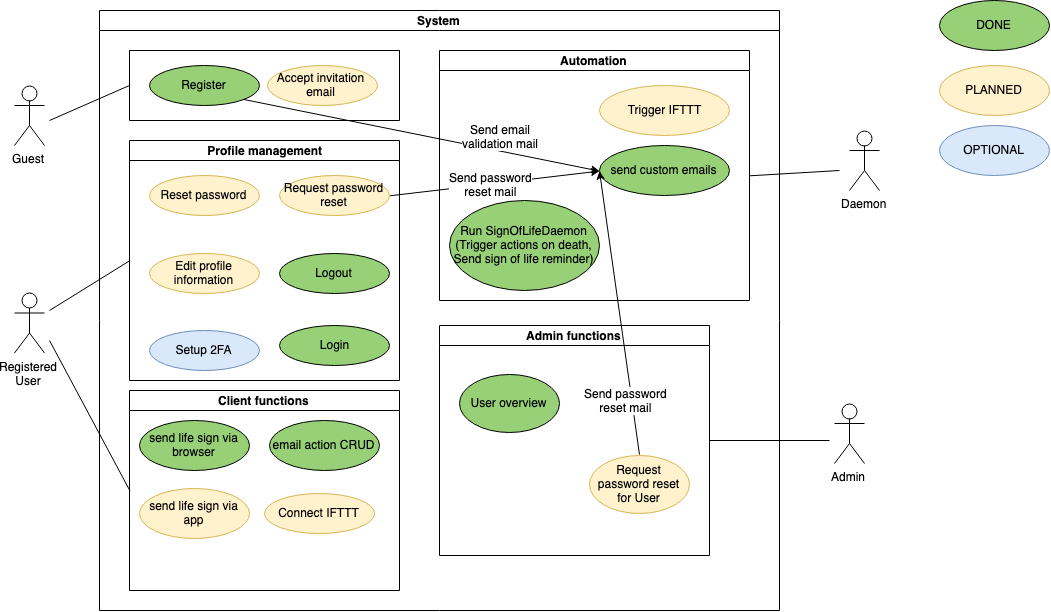
Earlier version of the draw.io export SRS/UC_Diagram.png (DigiWill-dhbw/Documentation). Source tidied: cells renumbered, new cells last; positions are measured from the earlier drawing's top-left corner, leaving out a move shared by most shapes. Source of this version:
```xml
<mxGraphModel>
  <root>
    <mxCell id="0" />
    <mxCell id="1" parent="0" />
    <mxCell id="2" value="Registered&lt;br&gt;User&lt;br&gt;" style="shape=umlActor;verticalLabelPosition=bottom;labelBackgroundColor=#ffffff;verticalAlign=top;html=1;" parent="1" vertex="1">
      <mxGeometry y="292.5" width="30" height="60" as="geometry" />
    </mxCell>
    <mxCell id="3" value="System" style="swimlane;html=1;startSize=20;horizontal=1;containerType=tree;" parent="1" vertex="1">
      <mxGeometry x="85" y="10" width="680" height="600" as="geometry" />
    </mxCell>
    <mxCell id="4" value="email action CRUD" style="ellipse;whiteSpace=wrap;html=1;fillColor=#97D077;" parent="3" vertex="1">
      <mxGeometry x="170" y="410" width="110" height="50" as="geometry" />
    </mxCell>
    <mxCell id="5" value="Logout&lt;br&gt;" style="ellipse;whiteSpace=wrap;html=1;fillColor=#97D077;" parent="3" vertex="1">
      <mxGeometry x="180" y="242.5" width="110" height="40" as="geometry" />
    </mxCell>
    <mxCell id="6" style="swimlane;html=1;startSize=0;horizontal=1;containerType=tree;" parent="3" vertex="1">
      <mxGeometry x="30" y="40" width="270" height="70" as="geometry" />
    </mxCell>
    <mxCell id="7" value="Accept invitation email&lt;br&gt;" style="ellipse;whiteSpace=wrap;html=1;fillColor=#fff2cc;strokeColor=#d6b656;" parent="6" vertex="1">
      <mxGeometry x="137.5" y="15" width="110" height="40" as="geometry" />
    </mxCell>
    <mxCell id="8" value="Register&lt;br&gt;" style="ellipse;whiteSpace=wrap;html=1;fillColor=#97D077;" parent="6" vertex="1">
      <mxGeometry x="20" y="15" width="110" height="40" as="geometry" />
    </mxCell>
    <mxCell id="9" value="Automation" style="swimlane;html=1;startSize=20;horizontal=1;containerType=tree;" parent="3" vertex="1">
      <mxGeometry x="340" y="40" width="310" height="250" as="geometry" />
    </mxCell>
    <mxCell id="10" value="Trigger IFTTT" style="ellipse;whiteSpace=wrap;html=1;fillColor=#fff2cc;strokeColor=#d6b656;" parent="9" vertex="1">
      <mxGeometry x="160" y="35" width="130" height="50" as="geometry" />
    </mxCell>
    <mxCell id="11" value="Run SignOfLifeDaemon&lt;br&gt;(Trigger actions on death, Send sign of life reminder)" style="ellipse;whiteSpace=wrap;html=1;fillColor=#97D077;" parent="9" vertex="1">
      <mxGeometry x="10" y="150" width="150" height="90" as="geometry" />
    </mxCell>
    <mxCell id="12" value="Client functions" style="swimlane;html=1;startSize=20;horizontal=1;containerType=tree;" parent="3" vertex="1">
      <mxGeometry x="30" y="380" width="270" height="200" as="geometry" />
    </mxCell>
    <mxCell id="13" value="send life sign via app" style="ellipse;whiteSpace=wrap;html=1;fillColor=#fff2cc;strokeColor=#d6b656;" parent="12" vertex="1">
      <mxGeometry x="10" y="97.5" width="110" height="50" as="geometry" />
    </mxCell>
    <mxCell id="14" value="send life sign via browser" style="ellipse;whiteSpace=wrap;html=1;fillColor=#97D077;" parent="12" vertex="1">
      <mxGeometry x="10" y="30" width="110" height="50" as="geometry" />
    </mxCell>
    <mxCell id="15" value="Connect IFTTT" style="ellipse;whiteSpace=wrap;html=1;fillColor=#fff2cc;strokeColor=#d6b656;" parent="12" vertex="1">
      <mxGeometry x="135" y="102.5" width="110" height="40" as="geometry" />
    </mxCell>
    <mxCell id="16" value="&amp;nbsp;Profile management" style="swimlane;html=1;startSize=20;horizontal=1;containerType=tree;" parent="3" vertex="1">
      <mxGeometry x="30" y="130" width="270" height="240" as="geometry" />
    </mxCell>
    <mxCell id="17" value="Edit profile information" style="ellipse;whiteSpace=wrap;html=1;fillColor=#fff2cc;strokeColor=#d6b656;" parent="16" vertex="1">
      <mxGeometry x="20" y="112.5" width="110" height="40" as="geometry" />
    </mxCell>
    <mxCell id="18" value="Setup 2FA" style="ellipse;whiteSpace=wrap;html=1;fillColor=#dae8fc;strokeColor=#6c8ebf;" parent="16" vertex="1">
      <mxGeometry x="20" y="190" width="110" height="40" as="geometry" />
    </mxCell>
    <mxCell id="19" value="Request password reset" style="ellipse;whiteSpace=wrap;html=1;fillColor=#fff2cc;strokeColor=#d6b656;" parent="16" vertex="1">
      <mxGeometry x="150" y="35" width="110" height="40" as="geometry" />
    </mxCell>
    <mxCell id="20" value="Admin functions" style="swimlane;html=1;startSize=20;horizontal=1;containerType=tree;" parent="3" vertex="1">
      <mxGeometry x="340" y="315" width="270" height="230" as="geometry" />
    </mxCell>
    <mxCell id="21" value="User overview" style="ellipse;whiteSpace=wrap;html=1;fillColor=#97D077;strokeColor=#000000;" parent="20" vertex="1">
      <mxGeometry x="20" y="49" width="100" height="58" as="geometry" />
    </mxCell>
    <mxCell id="22" value="Request password reset for User" style="ellipse;whiteSpace=wrap;html=1;fillColor=#fff2cc;strokeColor=#d6b656;" parent="20" vertex="1">
      <mxGeometry x="150" y="129.5" width="100" height="58" as="geometry" />
    </mxCell>
    <mxCell id="23" style="endArrow=none;html=1;entryX=0;entryY=0.5;" parent="1" edge="1" target="6">
      <mxGeometry relative="1" as="geometry">
        <mxPoint x="35" y="120" as="sourcePoint" />
      </mxGeometry>
    </mxCell>
    <mxCell id="24" style="endArrow=none;html=1;entryX=0;entryY=0.5;" parent="1" edge="1" target="12">
      <mxGeometry relative="1" as="geometry">
        <mxPoint x="35" y="340" as="sourcePoint" />
      </mxGeometry>
    </mxCell>
    <mxCell id="25" value="Daemon" style="shape=umlActor;verticalLabelPosition=bottom;labelBackgroundColor=#ffffff;verticalAlign=top;html=1;" parent="1" vertex="1">
      <mxGeometry x="835" y="130" width="30" height="60" as="geometry" />
    </mxCell>
    <mxCell id="26" value="Guest&lt;br&gt;&lt;br&gt;" style="shape=umlActor;verticalLabelPosition=bottom;labelBackgroundColor=#ffffff;verticalAlign=top;html=1;" parent="1" vertex="1">
      <mxGeometry y="85" width="30" height="60" as="geometry" />
    </mxCell>
    <mxCell id="27" value="Login&lt;br&gt;" style="ellipse;whiteSpace=wrap;html=1;fillColor=#97D077;" parent="1" vertex="1">
      <mxGeometry x="265" y="325" width="110" height="40" as="geometry" />
    </mxCell>
    <mxCell id="28" style="endArrow=none;html=1;entryX=0;entryY=0.5;" parent="1" edge="1" target="16">
      <mxGeometry relative="1" as="geometry">
        <mxPoint x="35" y="310" as="sourcePoint" />
      </mxGeometry>
    </mxCell>
    <mxCell id="29" style="endArrow=none;html=1;exitX=1;exitY=0.5;" parent="1" edge="1" source="9">
      <mxGeometry relative="1" as="geometry">
        <mxPoint x="825" y="170" as="targetPoint" />
      </mxGeometry>
    </mxCell>
    <mxCell id="30" value="Admin" style="shape=umlActor;verticalLabelPosition=bottom;labelBackgroundColor=#ffffff;verticalAlign=top;html=1;" parent="1" vertex="1">
      <mxGeometry x="820" y="403" width="30" height="60" as="geometry" />
    </mxCell>
    <mxCell id="31" style="edgeStyle=orthogonalEdgeStyle;rounded=0;html=1;jettySize=auto;endArrow=none;endFill=0;" parent="1" edge="1" source="20">
      <mxGeometry relative="1" as="geometry">
        <mxPoint x="815" y="440" as="targetPoint" />
      </mxGeometry>
    </mxCell>
    <mxCell id="32" value="DONE" style="ellipse;whiteSpace=wrap;html=1;fillColor=#97D077;" parent="1" vertex="1">
      <mxGeometry x="925" width="110" height="50" as="geometry" />
    </mxCell>
    <mxCell id="33" value="PLANNED" style="ellipse;whiteSpace=wrap;html=1;fillColor=#fff2cc;strokeColor=#d6b656;" parent="1" vertex="1">
      <mxGeometry x="925" y="65" width="110" height="50" as="geometry" />
    </mxCell>
    <mxCell id="34" value="OPTIONAL" style="ellipse;whiteSpace=wrap;html=1;fillColor=#dae8fc;strokeColor=#6c8ebf;" parent="1" vertex="1">
      <mxGeometry x="925" y="125" width="110" height="50" as="geometry" />
    </mxCell>
    <mxCell id="35" value="send custom emails" style="ellipse;whiteSpace=wrap;html=1;fillColor=#97D077;strokeColor=#000000;" parent="1" vertex="1">
      <mxGeometry x="585" y="145" width="130" height="50" as="geometry" />
    </mxCell>
    <mxCell id="36" value="Reset password" style="ellipse;whiteSpace=wrap;html=1;fillColor=#fff2cc;strokeColor=#d6b656;" parent="1" vertex="1">
      <mxGeometry x="135" y="175" width="110" height="40" as="geometry" />
    </mxCell>
    <mxCell id="37" style="endArrow=classic;html=1;entryX=0;entryY=0.5;entryDx=0;entryDy=0;exitX=0.5;exitY=0;exitDx=0;exitDy=0;" parent="1" edge="1" source="22" target="35">
      <mxGeometry relative="1" as="geometry" />
    </mxCell>
    <mxCell id="38" value="&lt;span&gt;Send password&lt;br&gt;reset mail&lt;/span&gt;" style="text;html=1;align=center;verticalAlign=middle;labelBackgroundColor=#ffffff;" parent="37" vertex="1">
      <mxGeometry x="-0.21" y="1" relative="1" as="geometry">
        <mxPoint x="3" y="58.5" as="offset" />
      </mxGeometry>
    </mxCell>
    <mxCell id="39" style="endArrow=classic;html=1;entryX=0;entryY=0.5;entryDx=0;entryDy=0;exitX=1;exitY=0.5;exitDx=0;exitDy=0;" parent="1" edge="1" source="19" target="35">
      <mxGeometry relative="1" as="geometry" />
    </mxCell>
    <mxCell id="40" value="Send password&lt;br&gt;reset mail" style="text;html=1;align=center;verticalAlign=middle;labelBackgroundColor=#ffffff;" parent="39" vertex="1">
      <mxGeometry x="-0.04" relative="1" as="geometry" />
    </mxCell>
    <mxCell id="41" style="endArrow=classic;html=1;entryX=0;entryY=0.5;entryDx=0;entryDy=0;exitX=1;exitY=1;exitDx=0;exitDy=0;" parent="1" edge="1" source="8" target="35">
      <mxGeometry relative="1" as="geometry" />
    </mxCell>
    <mxCell id="42" value="Send email&lt;br&gt;validation mail" style="text;html=1;align=center;verticalAlign=middle;labelBackgroundColor=#ffffff;" parent="41" vertex="1">
      <mxGeometry x="0.09" y="1" relative="1" as="geometry">
        <mxPoint x="61.5" y="-1.5" as="offset" />
      </mxGeometry>
    </mxCell>
  </root>
</mxGraphModel>
```
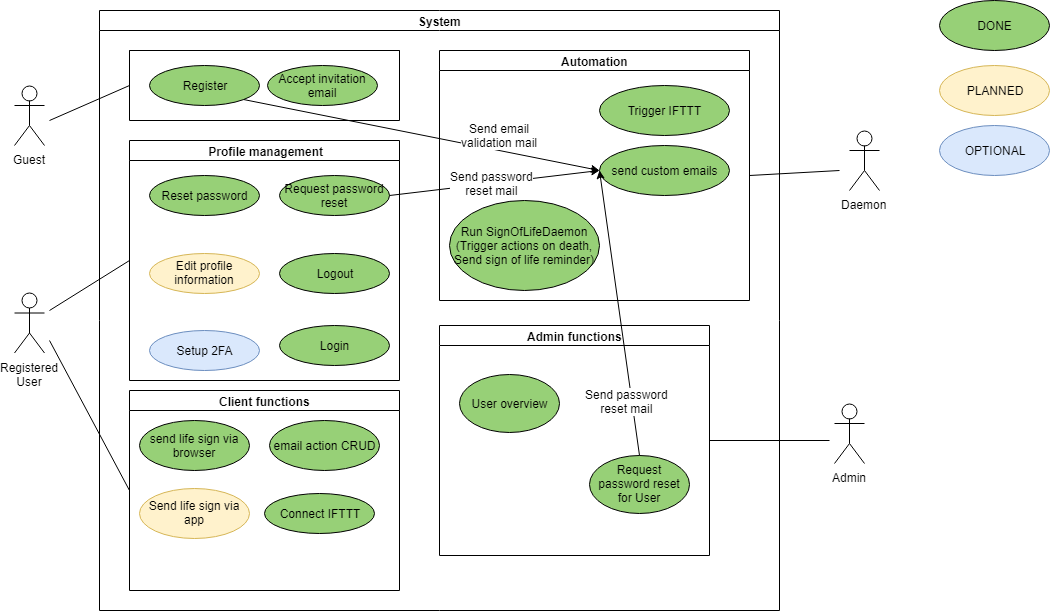
After the commit.

Commit message:
[Documentation] Adjusted UC Diagram to match current progress

What changed in the source:
```diff
@@ -17,7 +17,7 @@
     <mxCell id="6" style="swimlane;html=1;startSize=0;horizontal=1;containerType=tree;" parent="3" vertex="1">
       <mxGeometry x="30" y="40" width="270" height="70" as="geometry" />
     </mxCell>
-    <mxCell id="7" value="Accept invitation email&lt;br&gt;" style="ellipse;whiteSpace=wrap;html=1;fillColor=#fff2cc;strokeColor=#d6b656;" parent="6" vertex="1">
+    <mxCell id="7" value="Accept invitation email&lt;br&gt;" style="ellipse;whiteSpace=wrap;html=1;fillColor=#97D077;strokeColor=#000000;" parent="6" vertex="1">
       <mxGeometry x="137.5" y="15" width="110" height="40" as="geometry" />
     </mxCell>
     <mxCell id="8" value="Register&lt;br&gt;" style="ellipse;whiteSpace=wrap;html=1;fillColor=#97D077;" parent="6" vertex="1">
@@ -26,7 +26,7 @@
     <mxCell id="9" value="Automation" style="swimlane;html=1;startSize=20;horizontal=1;containerType=tree;" parent="3" vertex="1">
       <mxGeometry x="340" y="40" width="310" height="250" as="geometry" />
     </mxCell>
-    <mxCell id="10" value="Trigger IFTTT" style="ellipse;whiteSpace=wrap;html=1;fillColor=#fff2cc;strokeColor=#d6b656;" parent="9" vertex="1">
+    <mxCell id="10" value="Trigger IFTTT" style="ellipse;whiteSpace=wrap;html=1;fillColor=#97D077;strokeColor=#000000;" parent="9" vertex="1">
       <mxGeometry x="160" y="35" width="130" height="50" as="geometry" />
     </mxCell>
     <mxCell id="11" value="Run SignOfLifeDaemon&lt;br&gt;(Trigger actions on death, Send sign of life reminder)" style="ellipse;whiteSpace=wrap;html=1;fillColor=#97D077;" parent="9" vertex="1">
@@ -35,13 +35,13 @@
     <mxCell id="12" value="Client functions" style="swimlane;html=1;startSize=20;horizontal=1;containerType=tree;" parent="3" vertex="1">
       <mxGeometry x="30" y="380" width="270" height="200" as="geometry" />
     </mxCell>
-    <mxCell id="13" value="send life sign via app" style="ellipse;whiteSpace=wrap;html=1;fillColor=#fff2cc;strokeColor=#d6b656;" parent="12" vertex="1">
+    <mxCell id="13" value="Send life sign via app" style="ellipse;whiteSpace=wrap;html=1;fillColor=#fff2cc;strokeColor=#d6b656;" parent="12" vertex="1">
       <mxGeometry x="10" y="97.5" width="110" height="50" as="geometry" />
     </mxCell>
     <mxCell id="14" value="send life sign via browser" style="ellipse;whiteSpace=wrap;html=1;fillColor=#97D077;" parent="12" vertex="1">
       <mxGeometry x="10" y="30" width="110" height="50" as="geometry" />
     </mxCell>
-    <mxCell id="15" value="Connect IFTTT" style="ellipse;whiteSpace=wrap;html=1;fillColor=#fff2cc;strokeColor=#d6b656;" parent="12" vertex="1">
+    <mxCell id="15" value="Connect IFTTT" style="ellipse;whiteSpace=wrap;html=1;fillColor=#97D077;strokeColor=#000000;" parent="12" vertex="1">
       <mxGeometry x="135" y="102.5" width="110" height="40" as="geometry" />
     </mxCell>
     <mxCell id="16" value="&amp;nbsp;Profile management" style="swimlane;html=1;startSize=20;horizontal=1;containerType=tree;" parent="3" vertex="1">
@@ -53,7 +53,7 @@
     <mxCell id="18" value="Setup 2FA" style="ellipse;whiteSpace=wrap;html=1;fillColor=#dae8fc;strokeColor=#6c8ebf;" parent="16" vertex="1">
       <mxGeometry x="20" y="190" width="110" height="40" as="geometry" />
     </mxCell>
-    <mxCell id="19" value="Request password reset" style="ellipse;whiteSpace=wrap;html=1;fillColor=#fff2cc;strokeColor=#d6b656;" parent="16" vertex="1">
+    <mxCell id="19" value="Request password reset" style="ellipse;whiteSpace=wrap;html=1;fillColor=#97D077;strokeColor=#000000;" parent="16" vertex="1">
       <mxGeometry x="150" y="35" width="110" height="40" as="geometry" />
     </mxCell>
     <mxCell id="20" value="Admin functions" style="swimlane;html=1;startSize=20;horizontal=1;containerType=tree;" parent="3" vertex="1">
@@ -62,7 +62,7 @@
     <mxCell id="21" value="User overview" style="ellipse;whiteSpace=wrap;html=1;fillColor=#97D077;strokeColor=#000000;" parent="20" vertex="1">
       <mxGeometry x="20" y="49" width="100" height="58" as="geometry" />
     </mxCell>
-    <mxCell id="22" value="Request password reset for User" style="ellipse;whiteSpace=wrap;html=1;fillColor=#fff2cc;strokeColor=#d6b656;" parent="20" vertex="1">
+    <mxCell id="22" value="Request password reset for User" style="ellipse;whiteSpace=wrap;html=1;fillColor=#97D077;strokeColor=#000000;" parent="20" vertex="1">
       <mxGeometry x="150" y="129.5" width="100" height="58" as="geometry" />
     </mxCell>
     <mxCell id="23" style="endArrow=none;html=1;entryX=0;entryY=0.5;" parent="1" edge="1" target="6">
@@ -114,7 +114,7 @@
     <mxCell id="35" value="send custom emails" style="ellipse;whiteSpace=wrap;html=1;fillColor=#97D077;strokeColor=#000000;" parent="1" vertex="1">
       <mxGeometry x="585" y="145" width="130" height="50" as="geometry" />
     </mxCell>
-    <mxCell id="36" value="Reset password" style="ellipse;whiteSpace=wrap;html=1;fillColor=#fff2cc;strokeColor=#d6b656;" parent="1" vertex="1">
+    <mxCell id="36" value="Reset password" style="ellipse;whiteSpace=wrap;html=1;fillColor=#97D077;strokeColor=#000000;" parent="1" vertex="1">
       <mxGeometry x="135" y="175" width="110" height="40" as="geometry" />
     </mxCell>
     <mxCell id="37" style="endArrow=classic;html=1;entryX=0;entryY=0.5;entryDx=0;entryDy=0;exitX=0.5;exitY=0;exitDx=0;exitDy=0;" parent="1" edge="1" source="22" target="35">
```
